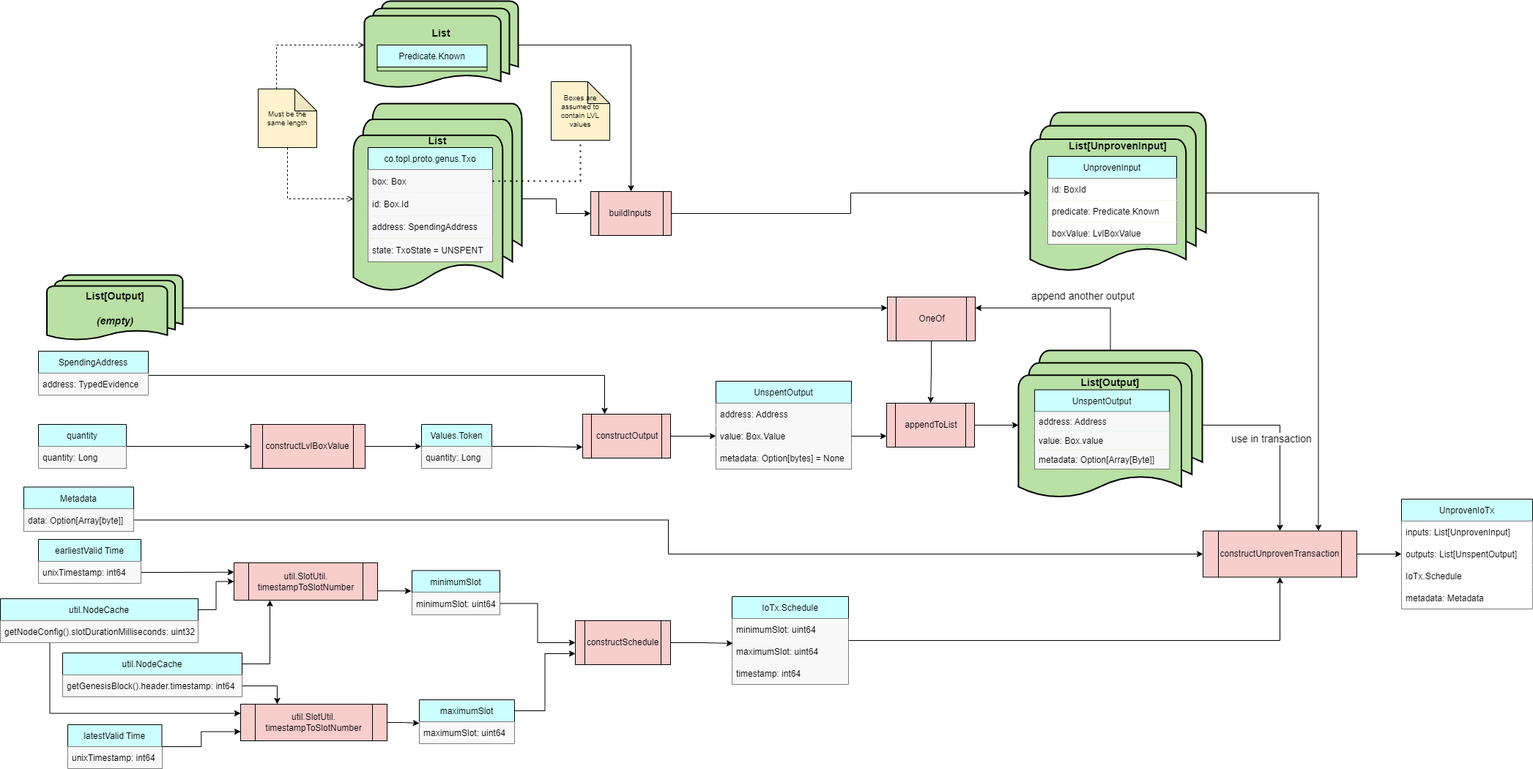
Earlier version of the draw.io export docs/Modules/NativeTransactor/transaction_builder.drawio.png (Topl/BramblSc-docs). Source tidied: cells renumbered, new cells last; positions are measured from the earlier drawing's top-left corner, leaving out a move shared by most shapes.
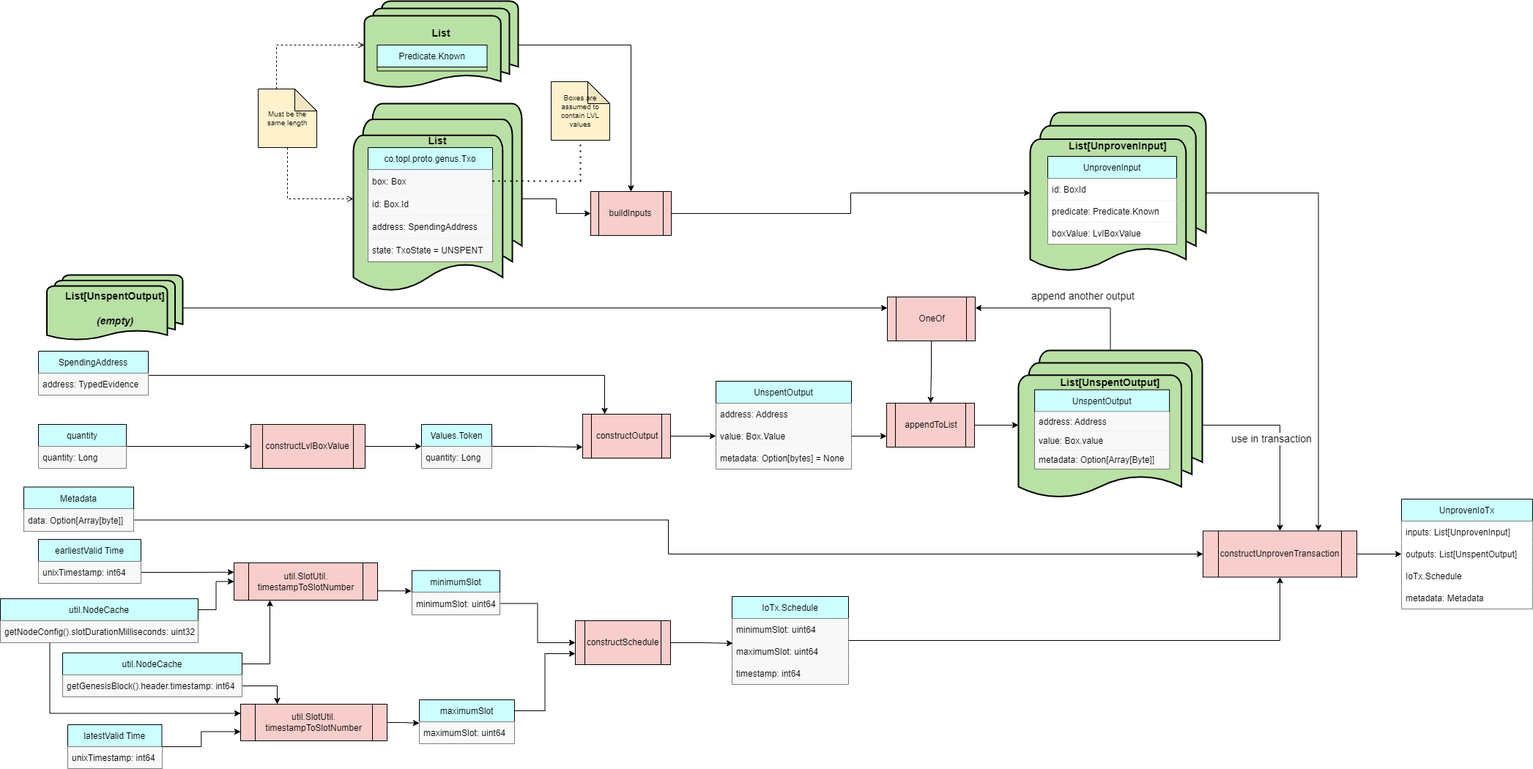
Later version of the same file.

Commit message:
Another correction

Change to the diagram source:
```diff
@@ -280,7 +280,7 @@
     <mxCell id="91" value="OneOf" style="shape=process;whiteSpace=wrap;html=1;backgroundOutline=1;fillColor=#F8CECC;" parent="1" vertex="1">
       <mxGeometry x="1211" y="404" width="120" height="60" as="geometry" />
     </mxCell>
-    <mxCell id="92" value="&lt;font style=&quot;&quot;&gt;&lt;br&gt;&lt;/font&gt;&lt;font style=&quot;font-size: 14px;&quot;&gt;&lt;b&gt;List[Output]&lt;br&gt;&lt;br&gt;&lt;i&gt;(empty)&lt;/i&gt;&lt;br&gt;&lt;/b&gt;&lt;/font&gt;" style="strokeWidth=2;html=1;shape=mxgraph.flowchart.multi-document;whiteSpace=wrap;fillColor=#B9E0A5;verticalAlign=top;" parent="1" vertex="1">
+    <mxCell id="92" value="&lt;font style=&quot;&quot;&gt;&lt;br&gt;&lt;/font&gt;&lt;font style=&quot;font-size: 14px;&quot;&gt;&lt;b&gt;List[UnspentOutput]&lt;br&gt;&lt;br&gt;&lt;i&gt;(empty)&lt;/i&gt;&lt;br&gt;&lt;/b&gt;&lt;/font&gt;" style="strokeWidth=2;html=1;shape=mxgraph.flowchart.multi-document;whiteSpace=wrap;fillColor=#B9E0A5;verticalAlign=top;" parent="1" vertex="1">
       <mxGeometry x="63.5" y="374" width="185.5" height="90" as="geometry" />
     </mxCell>
     <mxCell id="93" value="SpendingAddress" style="swimlane;fontStyle=0;horizontal=1;startSize=30;fillColor=#CCFFFF;" parent="1" vertex="1">
@@ -292,7 +292,7 @@
     <mxCell id="95" style="group;" parent="1" vertex="1">
       <mxGeometry x="1390" y="477" width="251" height="204" as="geometry" />
     </mxCell>
-    <mxCell id="96" value="&lt;font style=&quot;font-size: 24px;&quot;&gt;&lt;br&gt;&lt;/font&gt;&lt;font style=&quot;font-size: 14px;&quot;&gt;&lt;b&gt;List[Output]&lt;/b&gt;&lt;/font&gt;" style="strokeWidth=2;html=1;shape=mxgraph.flowchart.multi-document;whiteSpace=wrap;fillColor=#B9E0A5;verticalAlign=top;" parent="95" vertex="1">
+    <mxCell id="96" value="&lt;font style=&quot;font-size: 24px;&quot;&gt;&lt;br&gt;&lt;/font&gt;&lt;font style=&quot;font-size: 14px;&quot;&gt;&lt;b&gt;List[UnspentOutput]&lt;/b&gt;&lt;/font&gt;" style="strokeWidth=2;html=1;shape=mxgraph.flowchart.multi-document;whiteSpace=wrap;fillColor=#B9E0A5;verticalAlign=top;" parent="95" vertex="1">
       <mxGeometry width="251" height="204" as="geometry" />
     </mxCell>
     <mxCell id="97" value="UnspentOutput" style="swimlane;fontStyle=0;horizontal=1;startSize=30;fillColor=#CCFFFF;" parent="95" vertex="1">
```
